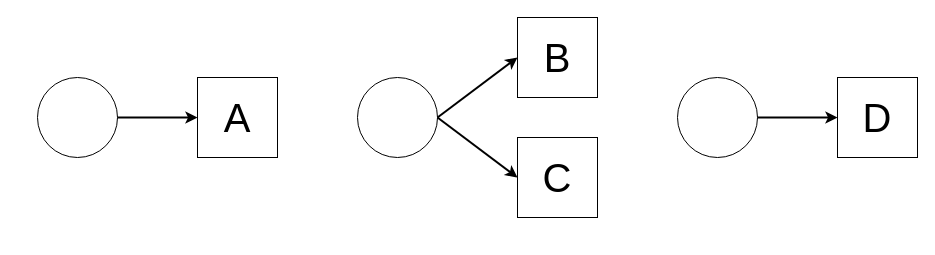
Earlier version of the draw.io diagram AbbildungV.drawio (Marakil/BA_Bilder). Source tidied: cells renumbered, new cells numbered last; positions are measured from the earlier drawing's top-left corner, leaving out a move shared by most shapes. Both pictures are drawn from the tidied source at 100%, with x=0, y=0 at pixel (37, 17).
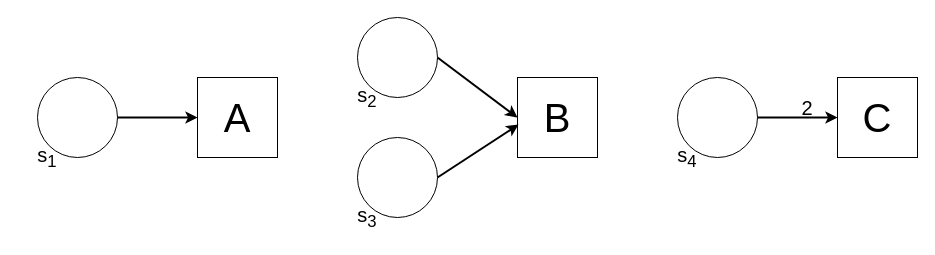
The same diagram, later.

Change to the diagram source:
```diff
@@
 <mxGraphModel>
   <root>
     <mxCell id="0" />
     <mxCell id="1" parent="0" />
     <mxCell id="2" style="ellipse;whiteSpace=wrap;html=1;" parent="1" vertex="1">
       <mxGeometry y="60" width="80" height="80" as="geometry" />
     </mxCell>
     <mxCell id="3" value="A" style="rounded=0;whiteSpace=wrap;html=1;fontSize=40;" parent="1" vertex="1">
       <mxGeometry x="160" y="60" width="80" height="80" as="geometry" />
     </mxCell>
     <mxCell id="4" style="ellipse;whiteSpace=wrap;html=1;" parent="1" vertex="1">
-      <mxGeometry x="320" y="60" width="80" height="80" as="geometry" />
+      <mxGeometry x="320" width="80" height="80" as="geometry" />
     </mxCell>
     <mxCell id="5" value="C" style="rounded=0;whiteSpace=wrap;html=1;fontSize=40;" parent="1" vertex="1">
-      <mxGeometry x="480" y="120" width="80" height="80" as="geometry" />
+      <mxGeometry x="800" y="60" width="80" height="80" as="geometry" />
     </mxCell>
     <mxCell id="6" value="B" style="rounded=0;whiteSpace=wrap;html=1;fontSize=40;" parent="1" vertex="1">
-      <mxGeometry x="480" width="80" height="80" as="geometry" />
+      <mxGeometry x="480" y="60" width="80" height="80" as="geometry" />
     </mxCell>
     <mxCell id="7" style="endArrow=classic;html=1;rounded=0;curved=1;exitX=1;exitY=0.5;exitDx=0;exitDy=0;strokeWidth=2;entryX=0;entryY=0.5;entryDx=0;entryDy=0;" parent="1" edge="1" source="2" target="3">
       <mxGeometry relative="1" as="geometry" />
     </mxCell>
     <mxCell id="8" style="endArrow=classic;html=1;rounded=0;curved=1;exitX=1;exitY=0.5;exitDx=0;exitDy=0;strokeWidth=2;entryX=0;entryY=0.5;entryDx=0;entryDy=0;" parent="1" edge="1" source="4" target="6">
       <mxGeometry relative="1" as="geometry" />
     </mxCell>
-    <mxCell id="9" style="endArrow=classic;html=1;rounded=0;curved=1;exitX=1;exitY=0.5;exitDx=0;exitDy=0;strokeWidth=2;entryX=0;entryY=0.5;entryDx=0;entryDy=0;" parent="1" edge="1" source="4" target="5">
-      <mxGeometry relative="1" as="geometry" />
-    </mxCell>
     <mxCell id="10" style="ellipse;whiteSpace=wrap;html=1;" parent="1" vertex="1">
       <mxGeometry x="640" y="60" width="80" height="80" as="geometry" />
     </mxCell>
-    <mxCell id="11" value="D" style="rounded=0;whiteSpace=wrap;html=1;fontSize=40;" parent="1" vertex="1">
-      <mxGeometry x="800" y="60" width="80" height="80" as="geometry" />
-    </mxCell>
-    <mxCell id="12" style="endArrow=classic;html=1;rounded=0;curved=1;exitX=1;exitY=0.5;exitDx=0;exitDy=0;strokeWidth=2;entryX=0;entryY=0.5;entryDx=0;entryDy=0;" parent="1" edge="1" source="10" target="11">
-      <mxGeometry relative="1" as="geometry" />
+    <mxCell id="12" style="endArrow=classic;html=1;rounded=0;curved=1;exitX=1;exitY=0.5;exitDx=0;exitDy=0;strokeWidth=2;entryX=0;entryY=0.5;entryDx=0;entryDy=0;" parent="1" edge="1" source="10">
+      <mxGeometry relative="1" as="geometry">
+        <mxPoint x="800" y="100" as="targetPoint" />
+      </mxGeometry>
     </mxCell>
+    <mxCell id="13" value="s&lt;sub&gt;1&lt;/sub&gt;" style="text;html=1;strokeColor=none;fillColor=none;align=center;verticalAlign=middle;whiteSpace=wrap;rounded=0;fontSize=20;" parent="1" vertex="1">
+      <mxGeometry x="-20" y="120" width="60" height="40" as="geometry" />
+    </mxCell>
+    <mxCell id="14" value="s&lt;sub&gt;2&lt;/sub&gt;" style="text;html=1;strokeColor=none;fillColor=none;align=center;verticalAlign=middle;whiteSpace=wrap;rounded=0;fontSize=20;" parent="1" vertex="1">
+      <mxGeometry x="300" y="60" width="60" height="40" as="geometry" />
+    </mxCell>
+    <mxCell id="15" value="s&lt;sub&gt;4&lt;/sub&gt;" style="text;html=1;strokeColor=none;fillColor=none;align=center;verticalAlign=middle;whiteSpace=wrap;rounded=0;fontSize=20;" parent="1" vertex="1">
+      <mxGeometry x="620" y="120" width="60" height="40" as="geometry" />
+    </mxCell>
+    <mxCell id="16" value="2" style="text;html=1;strokeColor=none;fillColor=none;align=center;verticalAlign=middle;whiteSpace=wrap;rounded=0;fontSize=20;" parent="1" vertex="1">
+      <mxGeometry x="740" y="70" width="60" height="40" as="geometry" />
+    </mxCell>
+    <mxCell id="17" style="ellipse;whiteSpace=wrap;html=1;" parent="1" vertex="1">
+      <mxGeometry x="320" y="120" width="80" height="80" as="geometry" />
+    </mxCell>
+    <mxCell id="18" value="s&lt;sub&gt;3&lt;/sub&gt;" style="text;html=1;strokeColor=none;fillColor=none;align=center;verticalAlign=middle;whiteSpace=wrap;rounded=0;fontSize=20;" parent="1" vertex="1">
+      <mxGeometry x="300" y="180" width="60" height="40" as="geometry" />
+    </mxCell>
+    <mxCell id="19" style="endArrow=classic;html=1;rounded=0;curved=1;exitX=1;exitY=0.5;exitDx=0;exitDy=0;strokeWidth=2;entryX=0.013;entryY=0.588;entryDx=0;entryDy=0;entryPerimeter=0;" parent="1" edge="1" source="17" target="6">
+      <mxGeometry relative="1" as="geometry" />
+    </mxCell>
   </root>
 </mxGraphModel>
```
